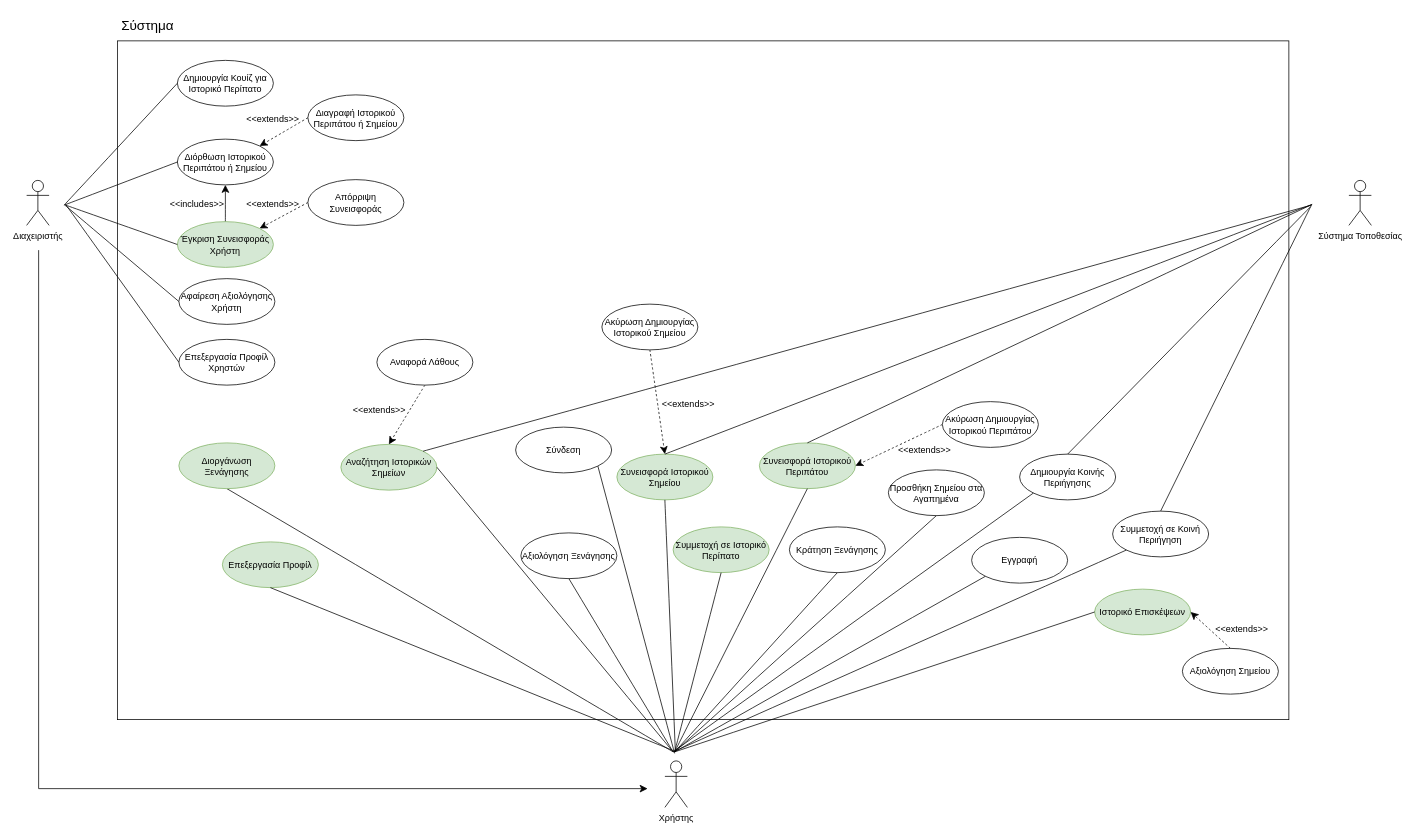
Earlier version of the draw.io diagram NOTES/Use Case Diagram.drawio (Nektar24/software-engineering). Source tidied: cells renumbered, new cells numbered last; positions are measured from the earlier drawing's top-left corner, leaving out a move shared by most shapes. Both pictures are drawn from the tidied source at 75%, with x=0, y=0 at pixel (26, 13).
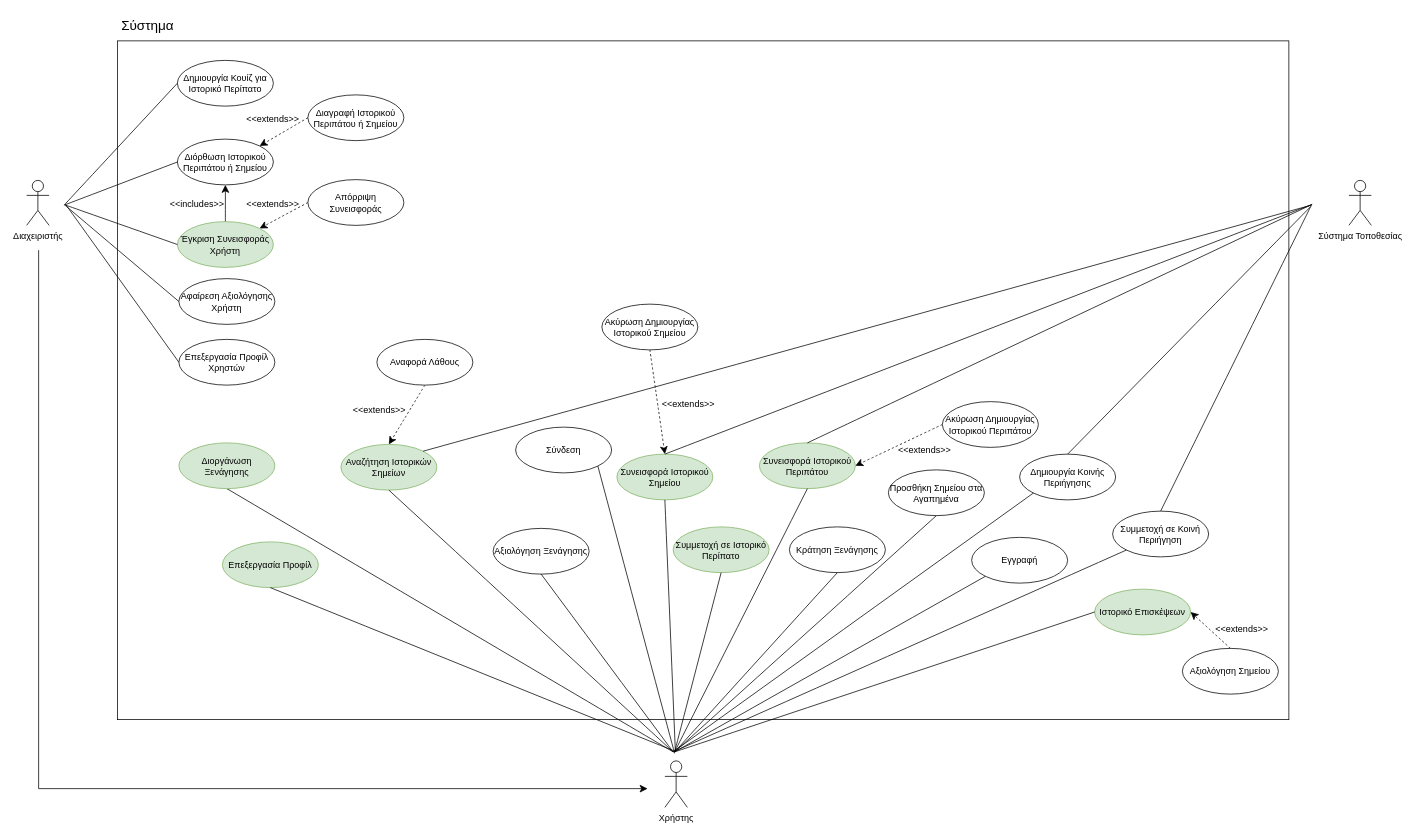
Above is the later version.

Commit message (it also covers changes not shown here):
use case diagram corrections

Unchanged cells that the change refers to:
```xml
<mxCell id="27" value="Αναζήτηση Ιστορικών Σημείων" style="ellipse;whiteSpace=wrap;html=1;fillColor=#d5e8d4;strokeColor=#82b366;" parent="1" vertex="1">
  <mxGeometry x="419" y="575" width="128" height="61" as="geometry" />
</mxCell>
```

Change to the diagram source:
```diff
@@
     <mxCell id="30" value="Αξιολόγηση Ξενάγησης" style="ellipse;whiteSpace=wrap;html=1;" parent="1" vertex="1">
-      <mxGeometry x="659" y="693" width="128" height="61" as="geometry" />
+      <mxGeometry x="622" y="687" width="128" height="61" as="geometry" />
     </mxCell>
@@
-    <mxCell id="44" style="endArrow=none;html=1;rounded=0;fontSize=12;startSize=8;endSize=8;curved=1;entryX=1;entryY=0.5;entryDx=0;entryDy=0;" parent="1" edge="1" target="27">
+    <mxCell id="44" style="endArrow=none;html=1;rounded=0;fontSize=12;startSize=8;endSize=8;curved=1;entryX=0.5;entryY=1;entryDx=0;entryDy=0;" parent="1" edge="1" target="27">
       <mxGeometry relative="1" as="geometry">
         <mxPoint x="862" y="985" as="sourcePoint" />
       </mxGeometry>
     </mxCell>
```
